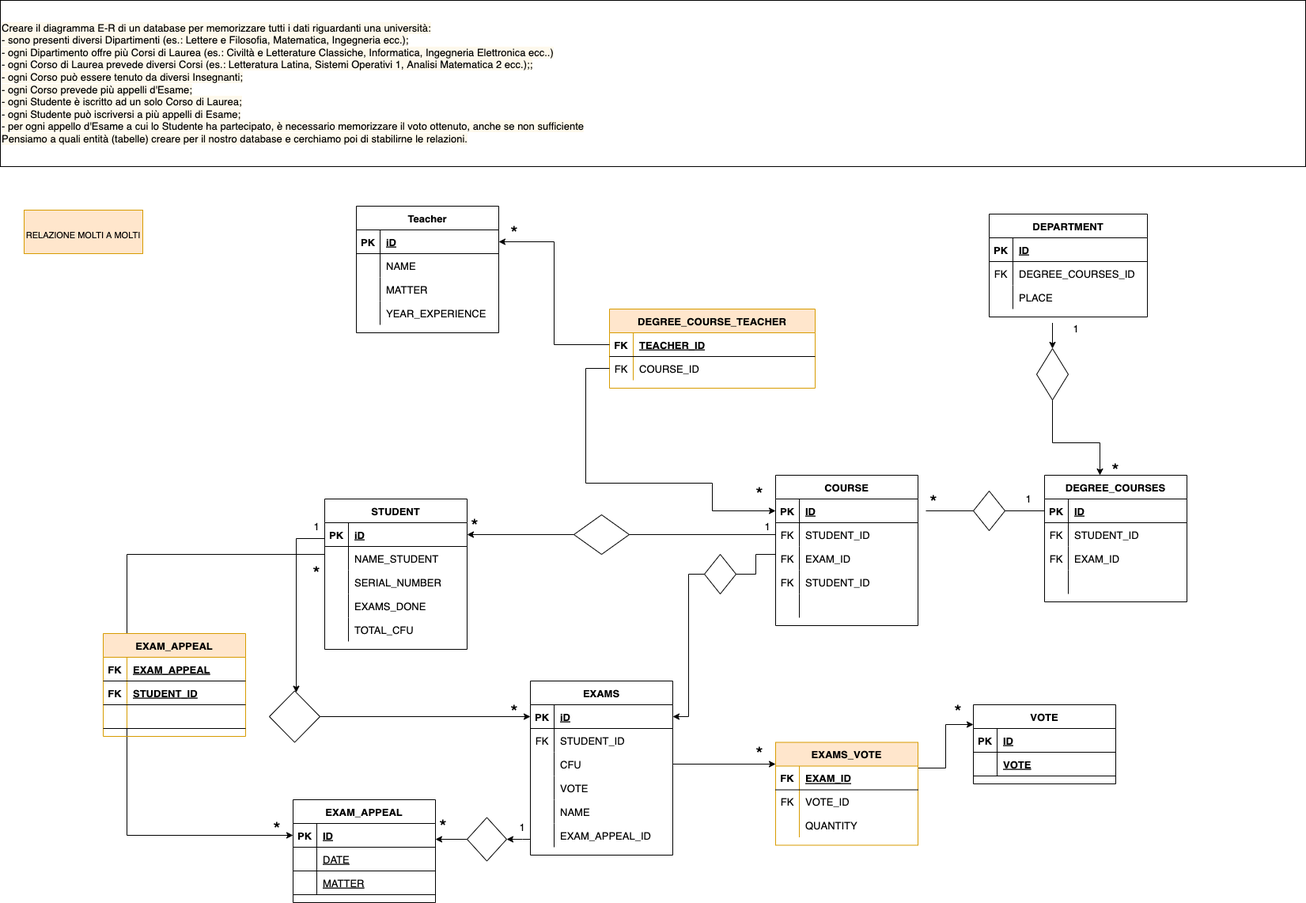
Earlier version of the draw.io export db-university.png (codeMatt91/db-university). Source tidied: cells renumbered, new cells last; positions are measured from the earlier drawing's top-left corner, leaving out a move shared by most shapes.
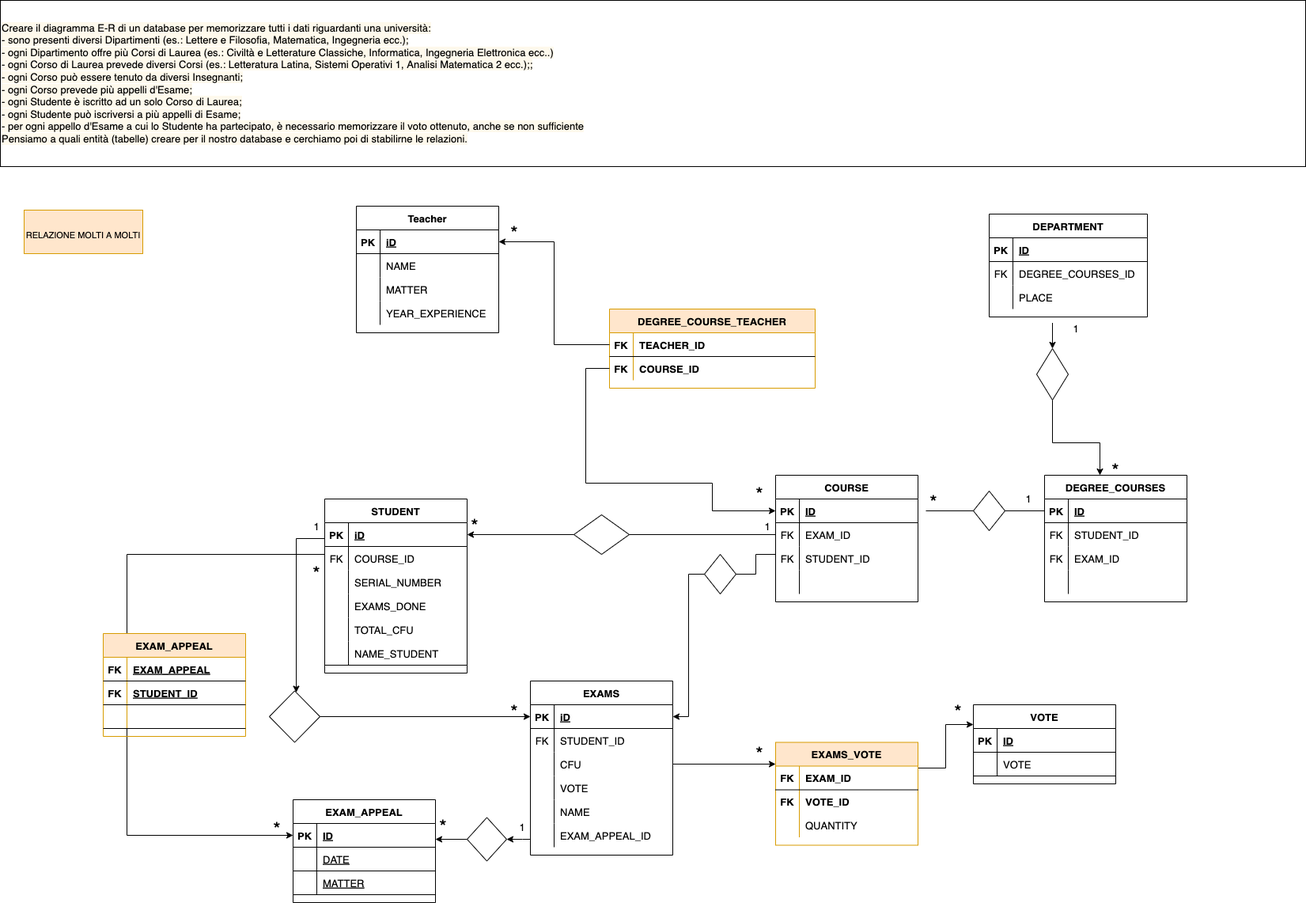
After the change.

The edit, as a diff of the source:
```diff
@@ -78,7 +78,7 @@
       <mxGeometry x="1170" y="640" width="150" height="10" as="geometry" />
     </mxCell>
     <mxCell id="27" value="COURSE" style="shape=table;startSize=30;rowLines=0;fontStyle=1;align=center;fontFamily=Helvetica;fontSize=13;fontColor=#000000;" parent="1" vertex="1">
-      <mxGeometry x="980" y="600" width="180" height="190" as="geometry" />
+      <mxGeometry x="980" y="600" width="180" height="160" as="geometry" />
     </mxCell>
     <mxCell id="28" style="shape=tableRow;horizontal=0;startSize=0;swimlaneHead=0;swimlaneBody=0;fillColor=none;points=[[0,0.5],[1,0.5]];portConstraint=eastwest;top=0;left=0;right=0;bottom=1;fontFamily=Helvetica;fontSize=13;fontColor=#000000;" parent="27" vertex="1">
       <mxGeometry y="30" width="180" height="30" as="geometry" />
@@ -89,17 +89,8 @@
     <mxCell id="30" value="ID" style="shape=partialRectangle;fillColor=none;top=0;left=0;bottom=0;right=0;align=left;spacingLeft=6;fontStyle=5;overflow=hidden;fontFamily=Helvetica;fontSize=13;fontColor=#000000;" parent="28" vertex="1">
       <mxGeometry x="30" width="150" height="30" as="geometry" />
     </mxCell>
-    <mxCell id="31" style="shape=tableRow;horizontal=0;startSize=0;swimlaneHead=0;swimlaneBody=0;fillColor=none;points=[[0,0.5],[1,0.5]];portConstraint=eastwest;top=0;left=0;right=0;bottom=0;fontFamily=Helvetica;fontSize=13;fontColor=#000000;" parent="27" vertex="1">
-      <mxGeometry y="60" width="180" height="30" as="geometry" />
-    </mxCell>
-    <mxCell id="32" value="FK" style="shape=partialRectangle;fillColor=none;top=0;left=0;bottom=0;right=0;overflow=hidden;fontFamily=Helvetica;fontSize=13;fontColor=#000000;" parent="31" vertex="1">
-      <mxGeometry width="30" height="30" as="geometry" />
-    </mxCell>
-    <mxCell id="33" value="STUDENT_ID" style="shape=partialRectangle;fillColor=none;top=0;left=0;bottom=0;right=0;align=left;spacingLeft=6;overflow=hidden;fontFamily=Helvetica;fontSize=13;fontColor=#000000;" parent="31" vertex="1">
-      <mxGeometry x="30" width="150" height="30" as="geometry" />
-    </mxCell>
     <mxCell id="34" style="shape=tableRow;horizontal=0;startSize=0;swimlaneHead=0;swimlaneBody=0;fillColor=none;top=0;left=0;right=0;bottom=0;fontFamily=Helvetica;fontSize=13;fontColor=#000000;" parent="27" vertex="1">
-      <mxGeometry y="90" width="180" height="30" as="geometry" />
+      <mxGeometry y="60" width="180" height="30" as="geometry" />
     </mxCell>
     <mxCell id="35" value="FK" style="shape=partialRectangle;fillColor=none;top=0;left=0;bottom=0;right=0;overflow=hidden;fontFamily=Helvetica;fontSize=13;fontColor=#000000;" parent="34" vertex="1">
       <mxGeometry width="30" height="30" as="geometry" />
@@ -108,7 +99,7 @@
       <mxGeometry x="30" width="150" height="30" as="geometry" />
     </mxCell>
     <mxCell id="37" style="shape=tableRow;horizontal=0;startSize=0;swimlaneHead=0;swimlaneBody=0;fillColor=none;top=0;left=0;right=0;bottom=0;fontFamily=Helvetica;fontSize=13;fontColor=#000000;" parent="27" vertex="1">
-      <mxGeometry y="120" width="180" height="30" as="geometry" />
+      <mxGeometry y="90" width="180" height="30" as="geometry" />
     </mxCell>
     <mxCell id="38" value="FK" style="shape=partialRectangle;fillColor=none;top=0;left=0;bottom=0;right=0;overflow=hidden;fontFamily=Helvetica;fontSize=13;fontColor=#000000;" parent="37" vertex="1">
       <mxGeometry width="30" height="30" as="geometry" />
@@ -117,7 +108,7 @@
       <mxGeometry x="30" width="150" height="30" as="geometry" />
     </mxCell>
     <mxCell id="40" style="shape=tableRow;horizontal=0;startSize=0;swimlaneHead=0;swimlaneBody=0;fillColor=none;top=0;left=0;right=0;bottom=0;fontFamily=Helvetica;fontSize=13;fontColor=#000000;" parent="27" vertex="1">
-      <mxGeometry y="150" width="180" height="30" as="geometry" />
+      <mxGeometry y="120" width="180" height="30" as="geometry" />
     </mxCell>
     <mxCell id="41" style="shape=partialRectangle;fillColor=none;top=0;left=0;bottom=0;right=0;overflow=hidden;fontFamily=Helvetica;fontSize=13;fontColor=#000000;" parent="40" vertex="1">
       <mxGeometry width="30" height="30" as="geometry" />
@@ -140,16 +131,16 @@
     <mxCell id="47" value="FK" style="shape=partialRectangle;fillColor=none;top=0;left=0;bottom=0;right=0;fontStyle=1;overflow=hidden;fontFamily=Helvetica;fontSize=13;fontColor=#000000;" parent="46" vertex="1">
       <mxGeometry width="30" height="30" as="geometry" />
     </mxCell>
-    <mxCell id="48" value="TEACHER_ID" style="shape=partialRectangle;fillColor=none;top=0;left=0;bottom=0;right=0;align=left;spacingLeft=6;fontStyle=5;overflow=hidden;fontFamily=Helvetica;fontSize=13;fontColor=#000000;" parent="46" vertex="1">
+    <mxCell id="48" value="TEACHER_ID" style="shape=partialRectangle;fillColor=none;top=0;left=0;bottom=0;right=0;align=left;spacingLeft=6;fontStyle=1;overflow=hidden;fontFamily=Helvetica;fontSize=13;fontColor=#000000;" parent="46" vertex="1">
       <mxGeometry x="30" width="230" height="30" as="geometry" />
     </mxCell>
     <mxCell id="49" style="shape=tableRow;horizontal=0;startSize=0;swimlaneHead=0;swimlaneBody=0;fillColor=none;points=[[0,0.5],[1,0.5]];portConstraint=eastwest;top=0;left=0;right=0;bottom=0;fontFamily=Helvetica;fontSize=13;fontColor=#000000;" parent="45" vertex="1">
       <mxGeometry y="60" width="260" height="30" as="geometry" />
     </mxCell>
-    <mxCell id="50" value="FK" style="shape=partialRectangle;fillColor=none;top=0;left=0;bottom=0;right=0;overflow=hidden;fontFamily=Helvetica;fontSize=13;fontColor=#000000;" parent="49" vertex="1">
+    <mxCell id="50" value="FK" style="shape=partialRectangle;fillColor=none;top=0;left=0;bottom=0;right=0;overflow=hidden;fontFamily=Helvetica;fontSize=13;fontColor=#000000;fontStyle=1;" parent="49" vertex="1">
       <mxGeometry width="30" height="30" as="geometry" />
     </mxCell>
-    <mxCell id="51" value="COURSE_ID" style="shape=partialRectangle;fillColor=none;top=0;left=0;bottom=0;right=0;align=left;spacingLeft=6;overflow=hidden;fontFamily=Helvetica;fontSize=13;fontColor=#000000;" parent="49" vertex="1">
+    <mxCell id="51" value="COURSE_ID" style="shape=partialRectangle;fillColor=none;top=0;left=0;bottom=0;right=0;align=left;spacingLeft=6;overflow=hidden;fontFamily=Helvetica;fontSize=13;fontColor=#000000;fontStyle=1;" parent="49" vertex="1">
       <mxGeometry x="30" width="230" height="30" as="geometry" />
     </mxCell>
     <mxCell id="52" style="edgeStyle=orthogonalEdgeStyle;rounded=0;jettySize=auto;html=1;exitX=0;exitY=0.5;exitDx=0;exitDy=0;entryX=0;entryY=0.5;entryDx=0;entryDy=0;fontFamily=Helvetica;fontSize=24;fontColor=#000000;" parent="1" edge="1" source="49" target="28">
@@ -245,8 +236,9 @@
     <mxCell id="78" style="rhombus;whiteSpace=wrap;html=1;fontFamily=Helvetica;fontSize=24;fontColor=#000000;" parent="1" vertex="1">
       <mxGeometry x="890" y="700" width="40" height="50" as="geometry" />
     </mxCell>
-    <mxCell id="79" style="edgeStyle=orthogonalEdgeStyle;rounded=0;jettySize=auto;html=1;exitX=0;exitY=0.5;exitDx=0;exitDy=0;entryX=1;entryY=0.5;entryDx=0;entryDy=0;fontFamily=Helvetica;fontSize=24;fontColor=#000000;endArrow=none;" parent="1" edge="1" source="31" target="78">
+    <mxCell id="79" style="edgeStyle=orthogonalEdgeStyle;rounded=0;jettySize=auto;html=1;exitX=0;exitY=0.5;exitDx=0;exitDy=0;entryX=1;entryY=0.5;entryDx=0;entryDy=0;fontFamily=Helvetica;fontSize=24;fontColor=#000000;endArrow=none;" parent="1" edge="1" target="78">
       <mxGeometry relative="1" as="geometry">
+        <mxPoint x="980" y="675" as="sourcePoint" />
         <Array as="points">
           <mxPoint x="980" y="700" />
           <mxPoint x="955" y="700" />
@@ -270,7 +262,7 @@
       </mxGeometry>
     </mxCell>
     <mxCell id="82" value="STUDENT" style="shape=table;startSize=30;rowLines=0;fontStyle=1;align=center;fontFamily=Helvetica;fontSize=13;fontColor=#000000;" parent="1" vertex="1">
-      <mxGeometry x="410" y="630" width="180" height="190" as="geometry" />
+      <mxGeometry x="410" y="630" width="180" height="220" as="geometry" />
     </mxCell>
     <mxCell id="83" style="shape=tableRow;horizontal=0;startSize=0;swimlaneHead=0;swimlaneBody=0;fillColor=none;top=0;left=0;right=0;bottom=1;fontFamily=Helvetica;fontSize=13;fontColor=#000000;" parent="82" vertex="1">
       <mxGeometry y="30" width="180" height="30" as="geometry" />
@@ -284,10 +276,10 @@
     <mxCell id="86" style="shape=tableRow;horizontal=0;startSize=0;swimlaneHead=0;swimlaneBody=0;fillColor=none;points=[[0,0.5],[1,0.5]];portConstraint=eastwest;top=0;left=0;right=0;bottom=0;fontFamily=Helvetica;fontSize=13;fontColor=#000000;" parent="82" vertex="1">
       <mxGeometry y="60" width="180" height="30" as="geometry" />
     </mxCell>
-    <mxCell id="87" style="shape=partialRectangle;fillColor=none;top=0;left=0;bottom=0;right=0;overflow=hidden;fontFamily=Helvetica;fontSize=13;fontColor=#000000;" parent="86" vertex="1">
+    <mxCell id="87" value="FK" style="shape=partialRectangle;fillColor=none;top=0;left=0;bottom=0;right=0;overflow=hidden;fontFamily=Helvetica;fontSize=13;fontColor=#000000;" parent="86" vertex="1">
       <mxGeometry width="30" height="30" as="geometry" />
     </mxCell>
-    <mxCell id="88" value="NAME_STUDENT" style="shape=partialRectangle;fillColor=none;top=0;left=0;bottom=0;right=0;align=left;spacingLeft=6;overflow=hidden;fontFamily=Helvetica;fontSize=13;fontColor=#000000;" parent="86" vertex="1">
+    <mxCell id="88" value="COURSE_ID" style="shape=partialRectangle;fillColor=none;top=0;left=0;bottom=0;right=0;align=left;spacingLeft=6;overflow=hidden;fontFamily=Helvetica;fontSize=13;fontColor=#000000;" parent="86" vertex="1">
       <mxGeometry x="30" width="150" height="30" as="geometry" />
     </mxCell>
     <mxCell id="89" style="shape=tableRow;horizontal=0;startSize=0;swimlaneHead=0;swimlaneBody=0;fillColor=none;top=0;left=0;right=0;bottom=0;fontFamily=Helvetica;fontSize=13;fontColor=#000000;" parent="82" vertex="1">
@@ -317,6 +309,15 @@
     <mxCell id="97" value="TOTAL_CFU" style="shape=partialRectangle;fillColor=none;top=0;left=0;bottom=0;right=0;align=left;spacingLeft=6;overflow=hidden;fontFamily=Helvetica;fontSize=13;fontColor=#000000;" parent="95" vertex="1">
       <mxGeometry x="30" width="150" height="30" as="geometry" />
     </mxCell>
+    <mxCell id="173" style="shape=tableRow;horizontal=0;startSize=0;swimlaneHead=0;swimlaneBody=0;fillColor=none;top=0;left=0;right=0;bottom=1;fontFamily=Helvetica;fontSize=13;fontColor=#000000;" parent="82" vertex="1">
+      <mxGeometry y="180" width="180" height="30" as="geometry" />
+    </mxCell>
+    <mxCell id="174" style="shape=partialRectangle;fillColor=none;top=0;left=0;bottom=0;right=0;fontStyle=1;overflow=hidden;fontFamily=Helvetica;fontSize=13;fontColor=#000000;" parent="173" vertex="1">
+      <mxGeometry width="30" height="30" as="geometry" />
+    </mxCell>
+    <mxCell id="175" value="NAME_STUDENT" style="shape=partialRectangle;fillColor=none;top=0;left=0;bottom=0;right=0;align=left;spacingLeft=6;fontStyle=0;overflow=hidden;fontFamily=Helvetica;fontSize=13;fontColor=#000000;" parent="173" vertex="1">
+      <mxGeometry x="30" width="150" height="30" as="geometry" />
+    </mxCell>
     <mxCell id="98" value="DEGREE_COURSES" style="shape=table;startSize=30;rowLines=0;fontStyle=1;align=center;fontFamily=Helvetica;fontSize=13;fontColor=#000000;" parent="1" vertex="1">
       <mxGeometry x="1320" y="600" width="180" height="160" as="geometry" />
     </mxCell>
@@ -389,8 +390,10 @@
     <mxCell id="118" style="rhombus;whiteSpace=wrap;html=1;fontFamily=Helvetica;fontSize=24;fontColor=#000000;rotation=90;" parent="1" vertex="1">
       <mxGeometry x="735" y="640" width="50" height="70" as="geometry" />
     </mxCell>
-    <mxCell id="119" style="edgeStyle=orthogonalEdgeStyle;rounded=0;jettySize=auto;html=1;exitX=0;exitY=0.5;exitDx=0;exitDy=0;fontFamily=Helvetica;fontSize=24;fontColor=#000000;endArrow=none;" parent="1" edge="1" source="31" target="118">
-      <mxGeometry relative="1" as="geometry" />
+    <mxCell id="119" style="edgeStyle=orthogonalEdgeStyle;rounded=0;jettySize=auto;html=1;exitX=0;exitY=0.5;exitDx=0;exitDy=0;fontFamily=Helvetica;fontSize=24;fontColor=#000000;endArrow=none;" parent="1" edge="1" target="118">
+      <mxGeometry relative="1" as="geometry">
+        <mxPoint x="980" y="675" as="sourcePoint" />
+      </mxGeometry>
     </mxCell>
     <mxCell id="120" style="edgeStyle=orthogonalEdgeStyle;rounded=0;jettySize=auto;html=1;entryX=0;entryY=0.5;entryDx=0;entryDy=0;fontFamily=Helvetica;fontSize=24;fontColor=#000000;" parent="1" edge="1" source="121" target="59">
       <mxGeometry relative="1" as="geometry" />
@@ -416,16 +419,16 @@
     <mxCell id="127" value="FK" style="shape=partialRectangle;fillColor=none;top=0;left=0;bottom=0;right=0;fontStyle=1;overflow=hidden;fontFamily=Helvetica;fontSize=13;fontColor=#000000;" parent="126" vertex="1">
       <mxGeometry width="30" height="30" as="geometry" />
     </mxCell>
-    <mxCell id="128" value="EXAM_ID" style="shape=partialRectangle;fillColor=none;top=0;left=0;bottom=0;right=0;align=left;spacingLeft=6;fontStyle=5;overflow=hidden;fontFamily=Helvetica;fontSize=13;fontColor=#000000;" parent="126" vertex="1">
+    <mxCell id="128" value="EXAM_ID" style="shape=partialRectangle;fillColor=none;top=0;left=0;bottom=0;right=0;align=left;spacingLeft=6;fontStyle=1;overflow=hidden;fontFamily=Helvetica;fontSize=13;fontColor=#000000;" parent="126" vertex="1">
       <mxGeometry x="30" width="150" height="30" as="geometry" />
     </mxCell>
     <mxCell id="129" style="shape=tableRow;horizontal=0;startSize=0;swimlaneHead=0;swimlaneBody=0;fillColor=none;top=0;left=0;right=0;bottom=0;fontFamily=Helvetica;fontSize=13;fontColor=#000000;" parent="125" vertex="1">
       <mxGeometry y="60" width="180" height="30" as="geometry" />
     </mxCell>
-    <mxCell id="130" value="FK" style="shape=partialRectangle;fillColor=none;top=0;left=0;bottom=0;right=0;overflow=hidden;fontFamily=Helvetica;fontSize=13;fontColor=#000000;" parent="129" vertex="1">
+    <mxCell id="130" value="FK" style="shape=partialRectangle;fillColor=none;top=0;left=0;bottom=0;right=0;overflow=hidden;fontFamily=Helvetica;fontSize=13;fontColor=#000000;fontStyle=1;" parent="129" vertex="1">
       <mxGeometry width="30" height="30" as="geometry" />
     </mxCell>
-    <mxCell id="131" value="VOTE_ID" style="shape=partialRectangle;fillColor=none;top=0;left=0;bottom=0;right=0;align=left;spacingLeft=6;overflow=hidden;fontFamily=Helvetica;fontSize=13;fontColor=#000000;" parent="129" vertex="1">
+    <mxCell id="131" value="VOTE_ID" style="shape=partialRectangle;fillColor=none;top=0;left=0;bottom=0;right=0;align=left;spacingLeft=6;overflow=hidden;fontFamily=Helvetica;fontSize=13;fontColor=#000000;fontStyle=1;" parent="129" vertex="1">
       <mxGeometry x="30" width="150" height="30" as="geometry" />
     </mxCell>
     <mxCell id="132" style="shape=tableRow;horizontal=0;startSize=0;swimlaneHead=0;swimlaneBody=0;fillColor=none;top=0;left=0;right=0;bottom=0;fontFamily=Helvetica;fontSize=13;fontColor=#000000;" parent="125" vertex="1">
@@ -463,7 +466,7 @@
     <mxCell id="142" style="shape=partialRectangle;fillColor=none;top=0;left=0;bottom=0;right=0;fontStyle=1;overflow=hidden;fontFamily=Helvetica;fontSize=13;fontColor=#000000;" parent="141" vertex="1">
       <mxGeometry width="30" height="30" as="geometry" />
     </mxCell>
-    <mxCell id="143" value="VOTE" style="shape=partialRectangle;fillColor=none;top=0;left=0;bottom=0;right=0;align=left;spacingLeft=6;fontStyle=5;overflow=hidden;fontFamily=Helvetica;fontSize=13;fontColor=#000000;" parent="141" vertex="1">
+    <mxCell id="143" value="VOTE" style="shape=partialRectangle;fillColor=none;top=0;left=0;bottom=0;right=0;align=left;spacingLeft=6;fontStyle=0;overflow=hidden;fontFamily=Helvetica;fontSize=13;fontColor=#000000;" parent="141" vertex="1">
       <mxGeometry x="30" width="150" height="30" as="geometry" />
     </mxCell>
     <mxCell id="144" value="&lt;font style=&quot;font-size: 24px&quot;&gt;*&lt;/font&gt;" style="text;html=1;strokeColor=none;fillColor=none;align=center;verticalAlign=middle;whiteSpace=wrap;rounded=0;fontFamily=Helvetica;fontSize=13;fontColor=#000000;" parent="1" vertex="1">
```
